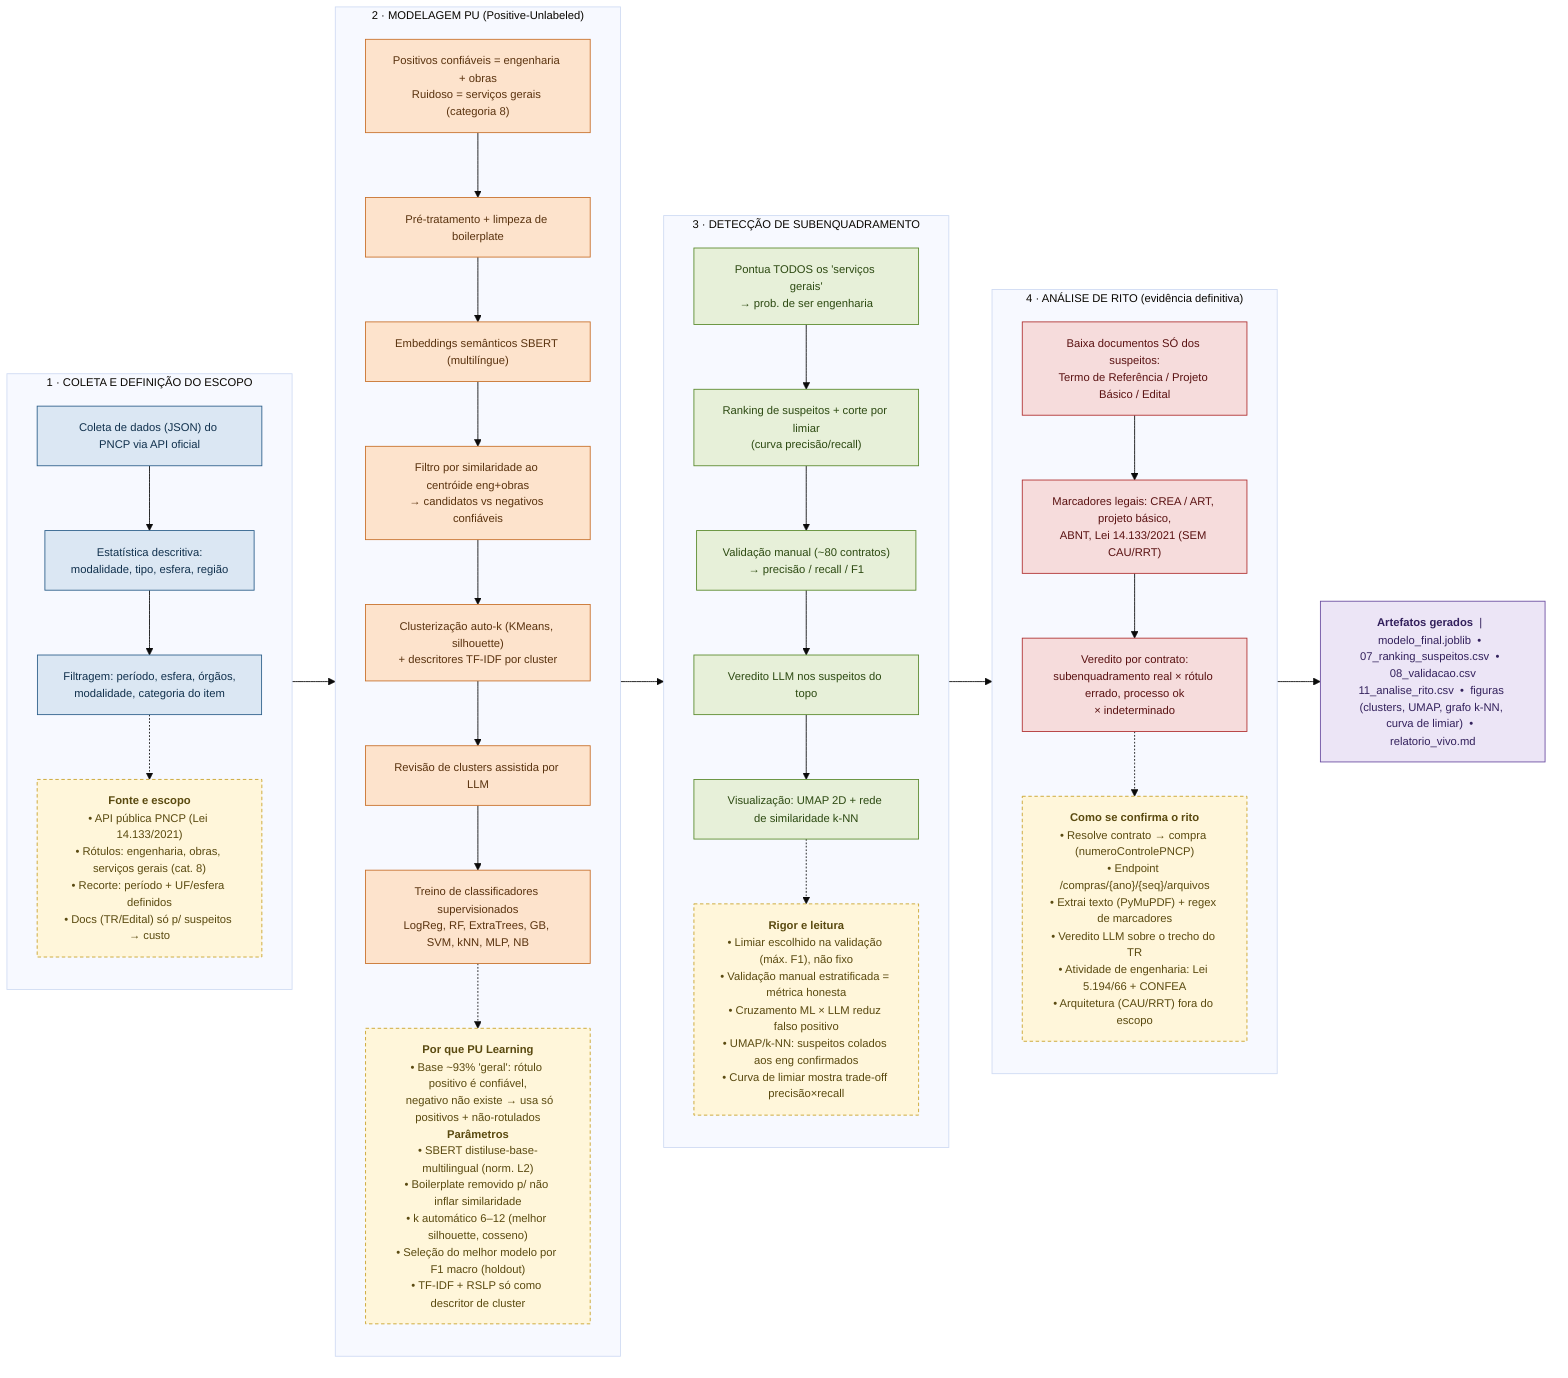
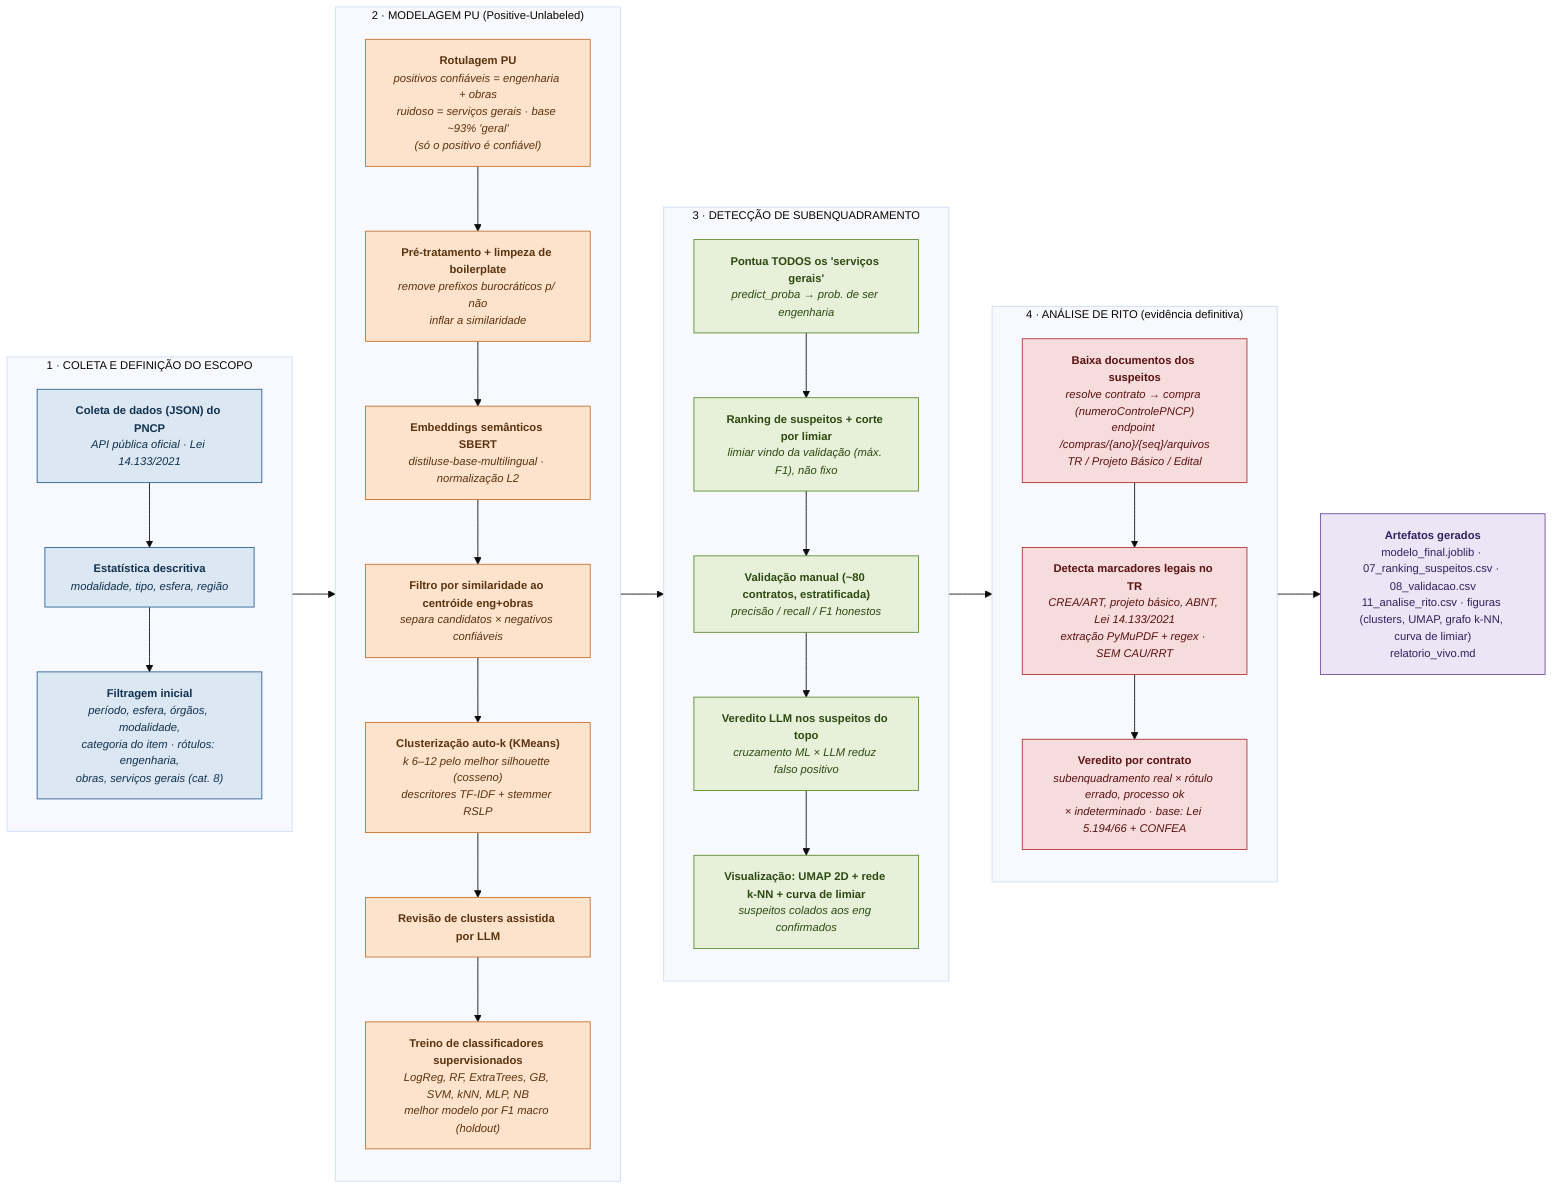
%%{init: {'theme':'base','themeVariables':{'fontSize':'13px'}}}%%
flowchart LR
  classDef coleta fill:#dbe7f3,stroke:#2c5f8a,color:#11314d;
  classDef model  fill:#fde3cc,stroke:#c8702a,color:#5a330f;
  classDef detec  fill:#e7f0d9,stroke:#5a8a2c,color:#2d4a12;
  classDef rito   fill:#f6dcdc,stroke:#b03030,color:#5a1212;
-   classDef nota   fill:#fff6da,stroke:#c9a227,color:#5a4a10,stroke-dasharray:4 3;
  classDef saida  fill:#ece5f6,stroke:#6a4ca0,color:#33215c;

  subgraph S1["1 · COLETA E DEFINIÇÃO DO ESCOPO"]
    direction TB
-     A1["Coleta de dados (JSON) do PNCP via API oficial"]:::coleta
-     A2["Estatística descritiva:<br/>modalidade, tipo, esfera, região"]:::coleta
-     A3["Filtragem: período, esfera, órgãos,<br/>modalidade, categoria do item"]:::coleta
+     A1["<b>Coleta de dados (JSON) do PNCP</b><br/><i>API pública oficial · Lei 14.133/2021</i>"]:::coleta
+     A2["<b>Estatística descritiva</b><br/><i>modalidade, tipo, esfera, região</i>"]:::coleta
+     A3["<b>Filtragem inicial</b><br/><i>período, esfera, órgãos, modalidade,<br/>categoria do item · rótulos: engenharia,<br/>obras, serviços gerais (cat. 8)</i>"]:::coleta
    A1 --> A2 --> A3
-     NA["<b>Fonte e escopo</b><br/>• API pública PNCP (Lei 14.133/2021)<br/>• Rótulos: engenharia, obras, serviços gerais (cat. 8)<br/>• Recorte: período + UF/esfera definidos<br/>• Docs (TR/Edital) só p/ suspeitos → custo"]:::nota
-     A3 -.-> NA
  end

  subgraph S2["2 · MODELAGEM PU (Positive-Unlabeled)"]
    direction TB
-     B0["Positivos confiáveis = engenharia + obras<br/>Ruidoso = serviços gerais (categoria 8)"]:::model
-     B1["Pré-tratamento + limpeza de boilerplate"]:::model
-     B2["Embeddings semânticos SBERT (multilíngue)"]:::model
-     B3["Filtro por similaridade ao centróide eng+obras<br/>→ candidatos vs negativos confiáveis"]:::model
-     B4["Clusterização auto-k (KMeans, silhouette)<br/>+ descritores TF-IDF por cluster"]:::model
-     B5["Revisão de clusters assistida por LLM"]:::model
-     B6["Treino de classificadores supervisionados<br/>LogReg, RF, ExtraTrees, GB, SVM, kNN, MLP, NB"]:::model
+     B0["<b>Rotulagem PU</b><br/><i>positivos confiáveis = engenharia + obras<br/>ruidoso = serviços gerais · base ~93% 'geral'<br/>(só o positivo é confiável)</i>"]:::model
+     B1["<b>Pré-tratamento + limpeza de boilerplate</b><br/><i>remove prefixos burocráticos p/ não<br/>inflar a similaridade</i>"]:::model
+     B2["<b>Embeddings semânticos SBERT</b><br/><i>distiluse-base-multilingual · normalização L2</i>"]:::model
+     B3["<b>Filtro por similaridade ao centróide eng+obras</b><br/><i>separa candidatos × negativos confiáveis</i>"]:::model
+     B4["<b>Clusterização auto-k (KMeans)</b><br/><i>k 6–12 pelo melhor silhouette (cosseno)<br/>descritores TF-IDF + stemmer RSLP</i>"]:::model
+     B5["<b>Revisão de clusters assistida por LLM</b>"]:::model
+     B6["<b>Treino de classificadores supervisionados</b><br/><i>LogReg, RF, ExtraTrees, GB, SVM, kNN, MLP, NB<br/>melhor modelo por F1 macro (holdout)</i>"]:::model
    B0 --> B1 --> B2 --> B3 --> B4 --> B5 --> B6
-     NB["<b>Por que PU Learning</b><br/>• Base ~93% 'geral': rótulo positivo é confiável,<br/>  negativo não existe → usa só positivos + não-rotulados<br/><b>Parâmetros</b><br/>• SBERT distiluse-base-multilingual (norm. L2)<br/>• Boilerplate removido p/ não inflar similaridade<br/>• k automático 6–12 (melhor silhouette, cosseno)<br/>• Seleção do melhor modelo por F1 macro (holdout)<br/>• TF-IDF + RSLP só como descritor de cluster"]:::nota
-     B6 -.-> NB
  end

  subgraph S3["3 · DETECÇÃO DE SUBENQUADRAMENTO"]
    direction TB
-     C1["Pontua TODOS os 'serviços gerais'<br/>→ prob. de ser engenharia"]:::detec
-     C2["Ranking de suspeitos + corte por limiar<br/>(curva precisão/recall)"]:::detec
-     C3["Validação manual (~80 contratos)<br/>→ precisão / recall / F1"]:::detec
-     C4["Veredito LLM nos suspeitos do topo"]:::detec
-     C5["Visualização: UMAP 2D + rede de similaridade k-NN"]:::detec
+     C1["<b>Pontua TODOS os 'serviços gerais'</b><br/><i>predict_proba → prob. de ser engenharia</i>"]:::detec
+     C2["<b>Ranking de suspeitos + corte por limiar</b><br/><i>limiar vindo da validação (máx. F1), não fixo</i>"]:::detec
+     C3["<b>Validação manual (~80 contratos, estratificada)</b><br/><i>precisão / recall / F1 honestos</i>"]:::detec
+     C4["<b>Veredito LLM nos suspeitos do topo</b><br/><i>cruzamento ML × LLM reduz falso positivo</i>"]:::detec
+     C5["<b>Visualização: UMAP 2D + rede k-NN + curva de limiar</b><br/><i>suspeitos colados aos eng confirmados</i>"]:::detec
    C1 --> C2 --> C3 --> C4 --> C5
-     NC["<b>Rigor e leitura</b><br/>• Limiar escolhido na validação (máx. F1), não fixo<br/>• Validação manual estratificada = métrica honesta<br/>• Cruzamento ML × LLM reduz falso positivo<br/>• UMAP/k-NN: suspeitos colados aos eng confirmados<br/>• Curva de limiar mostra trade-off precisão×recall"]:::nota
-     C5 -.-> NC
  end

  subgraph S4["4 · ANÁLISE DE RITO (evidência definitiva)"]
    direction TB
-     D1["Baixa documentos SÓ dos suspeitos:<br/>Termo de Referência / Projeto Básico / Edital"]:::rito
-     D2["Marcadores legais: CREA / ART, projeto básico,<br/>ABNT, Lei 14.133/2021 (SEM CAU/RRT)"]:::rito
-     D3["Veredito por contrato:<br/>subenquadramento real × rótulo errado, processo ok<br/>× indeterminado"]:::rito
+     D1["<b>Baixa documentos dos suspeitos</b><br/><i>resolve contrato → compra (numeroControlePNCP)<br/>endpoint /compras/{ano}/{seq}/arquivos<br/>TR / Projeto Básico / Edital</i>"]:::rito
+     D2["<b>Detecta marcadores legais no TR</b><br/><i>CREA/ART, projeto básico, ABNT, Lei 14.133/2021<br/>extração PyMuPDF + regex · SEM CAU/RRT</i>"]:::rito
+     D3["<b>Veredito por contrato</b><br/><i>subenquadramento real × rótulo errado, processo ok<br/>× indeterminado · base: Lei 5.194/66 + CONFEA</i>"]:::rito
    D1 --> D2 --> D3
-     ND["<b>Como se confirma o rito</b><br/>• Resolve contrato → compra (numeroControlePNCP)<br/>• Endpoint /compras/{ano}/{seq}/arquivos<br/>• Extrai texto (PyMuPDF) + regex de marcadores<br/>• Veredito LLM sobre o trecho do TR<br/>• Atividade de engenharia: Lei 5.194/66 + CONFEA<br/>• Arquitetura (CAU/RRT) fora do escopo"]:::nota
-     D3 -.-> ND
  end

-   OUT["<b>Artefatos gerados</b> &nbsp;|&nbsp; modelo_final.joblib &nbsp;•&nbsp; 07_ranking_suspeitos.csv &nbsp;•&nbsp; 08_validacao.csv<br/>11_analise_rito.csv &nbsp;•&nbsp; figuras (clusters, UMAP, grafo k-NN, curva de limiar) &nbsp;•&nbsp; relatorio_vivo.md"]:::saida
+   OUT["<b>Artefatos gerados</b><br/>modelo_final.joblib · 07_ranking_suspeitos.csv · 08_validacao.csv<br/>11_analise_rito.csv · figuras (clusters, UMAP, grafo k-NN, curva de limiar)<br/>relatorio_vivo.md"]:::saida

-   S1 --> S2 --> S3 --> S4
-   S4 --> OUT
+   S1 --> S2 --> S3 --> S4 --> OUT
